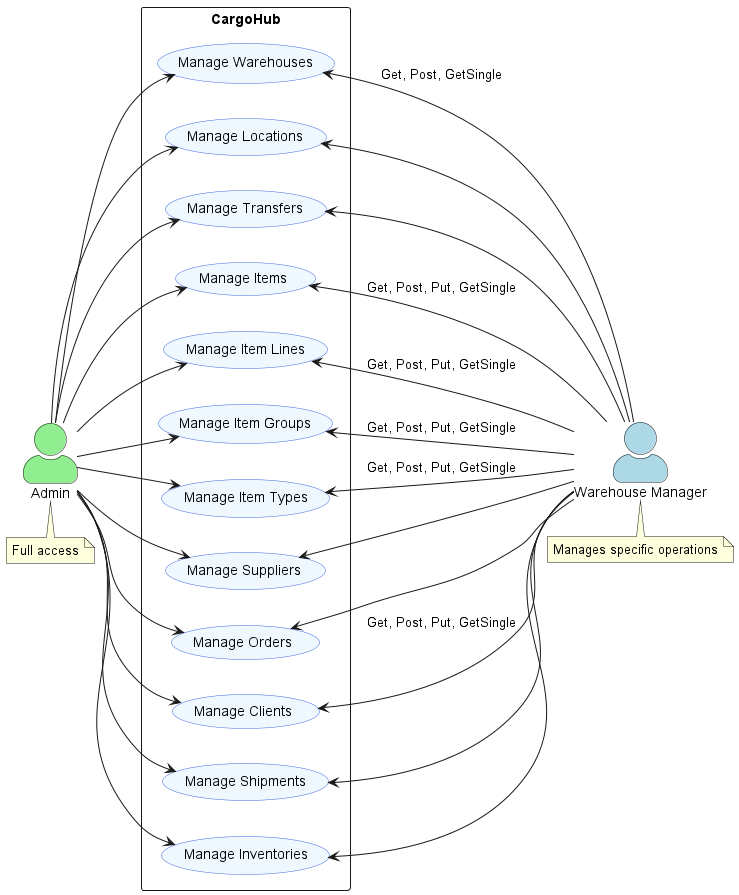
safouuwa/Software-Construction keeps this PlantUML diagram as out/Diagrams/usecasediagram/WMS Use Case Diagram.png. Above is the earlier version.
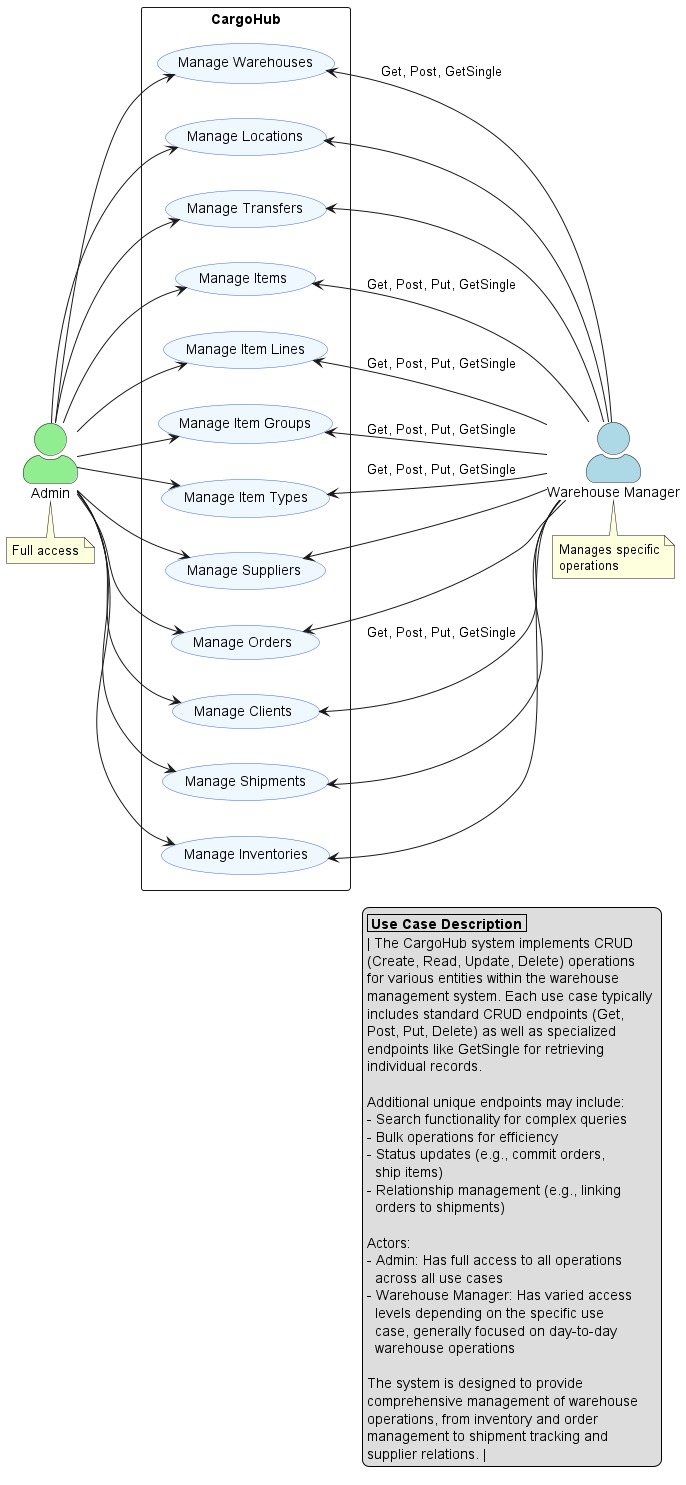
After the commit.

What changed in the source:
```diff
@@ -36,7 +36,6 @@
 Admin --> UC11
 Admin --> UC12
 
-
 UC1 <-- WarehouseManager : Get, Post, GetSingle
 UC2 <-- WarehouseManager
 UC3 <-- WarehouseManager
@@ -51,6 +50,40 @@
 UC12 <-- WarehouseManager
 
 note bottom of Admin : Full access
-note bottom of WarehouseManager : Manages specific operations
+note bottom of WarehouseManager : Manages specific\noperations
+
+legend right
+|= Use Case Description |
+| The CargoHub system implements CRUD
+(Create, Read, Update, Delete) operations
+for various entities within the warehouse
+management system. Each use case typically
+includes standard CRUD endpoints (Get,
+Post, Put, Delete) as well as specialized
+endpoints like GetSingle for retrieving
+individual records.
+
+Additional unique endpoints may include:
+- Search functionality for complex queries
+- Bulk operations for efficiency
+- Status updates (e.g., commit orders,
+  ship items)
+- Relationship management (e.g., linking
+  orders to shipments)
+
+Actors:
+- Admin: Has full access to all operations
+  across all use cases
+- Warehouse Manager: Has varied access
+  levels depending on the specific use
+  case, generally focused on day-to-day
+  warehouse operations
+
+The system is designed to provide
+comprehensive management of warehouse
+operations, from inventory and order
+management to shipment tracking and
+supplier relations. |
+endlegend
 
 @enduml
```
